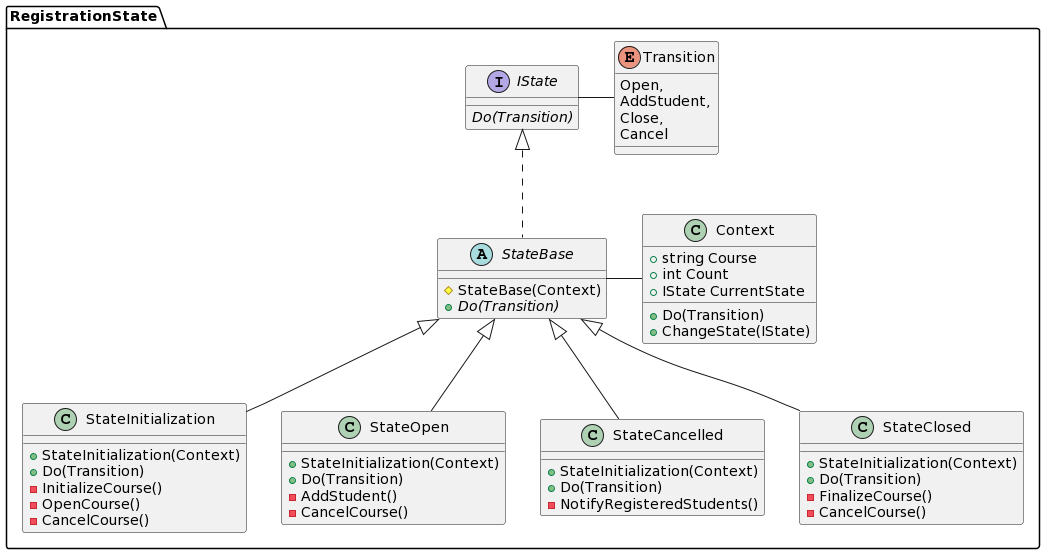
Before: LectureDemos/State-Transition/class-diagram.png, a diagram exported from PlantUML (jeff-adkisson/swe-3313-fall-2022). The source it was exported from:
```plantuml
@startuml

package RegistrationState {

    enum Transition {
        Open,
        AddStudent,
        Close,
        Cancel
    }

    class Context {
        + string Course
        + int Count
        + IState CurrentState

        + Do(Transition)
        + ChangeState(IState)
    }

    interface IState {
      {abstract} Do(Transition)
    }

    abstract class StateBase {
        # StateBase(Context)
        + {abstract} Do(Transition)
    }

    class StateInitialization {
        + StateInitialization(Context)
        + Do(Transition)
        - InitializeCourse()
        - OpenCourse()
        - CancelCourse()
    }

    class StateOpen{
        + StateInitialization(Context)
        + Do(Transition)
        - AddStudent()
        - CancelCourse()
    }

    class StateCancelled {
        + StateInitialization(Context)
        + Do(Transition)
        - NotifyRegisteredStudents()
    }


    class StateClosed {
        + StateInitialization(Context)
        + Do(Transition)
        - FinalizeCourse()
        - CancelCourse()
    }

    IState - Transition
    IState <|.. StateBase
    StateBase - Context
    StateBase <|-- StateInitialization
    StateBase <|-- StateOpen
    StateBase <|-- StateCancelled
    StateBase <|-- StateClosed
}
@enduml
```
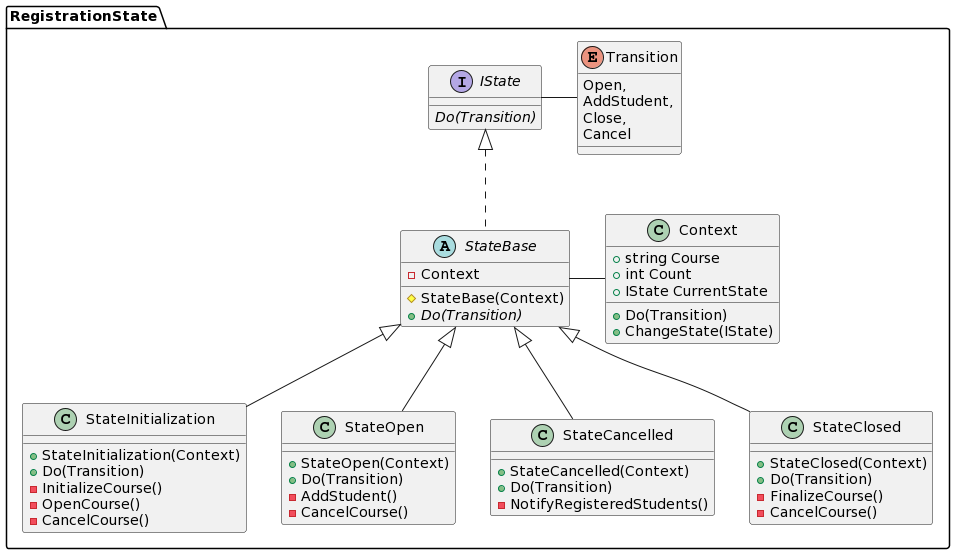
The same diagram one commit later.

Commit message:
Tweaked diagram

Change to the diagram source:
```diff
@@ -23,6 +23,7 @@
     }
 
     abstract class StateBase {
+        - Context
         # StateBase(Context)
         + {abstract} Do(Transition)
     }
@@ -36,21 +37,21 @@
     }
 
     class StateOpen{
-        + StateInitialization(Context)
+        + StateOpen(Context)
         + Do(Transition)
         - AddStudent()
         - CancelCourse()
     }
 
     class StateCancelled {
-        + StateInitialization(Context)
+        + StateCancelled(Context)
         + Do(Transition)
         - NotifyRegisteredStudents()
     }
 
 
     class StateClosed {
-        + StateInitialization(Context)
+        + StateClosed(Context)
         + Do(Transition)
         - FinalizeCourse()
         - CancelCourse()
```
